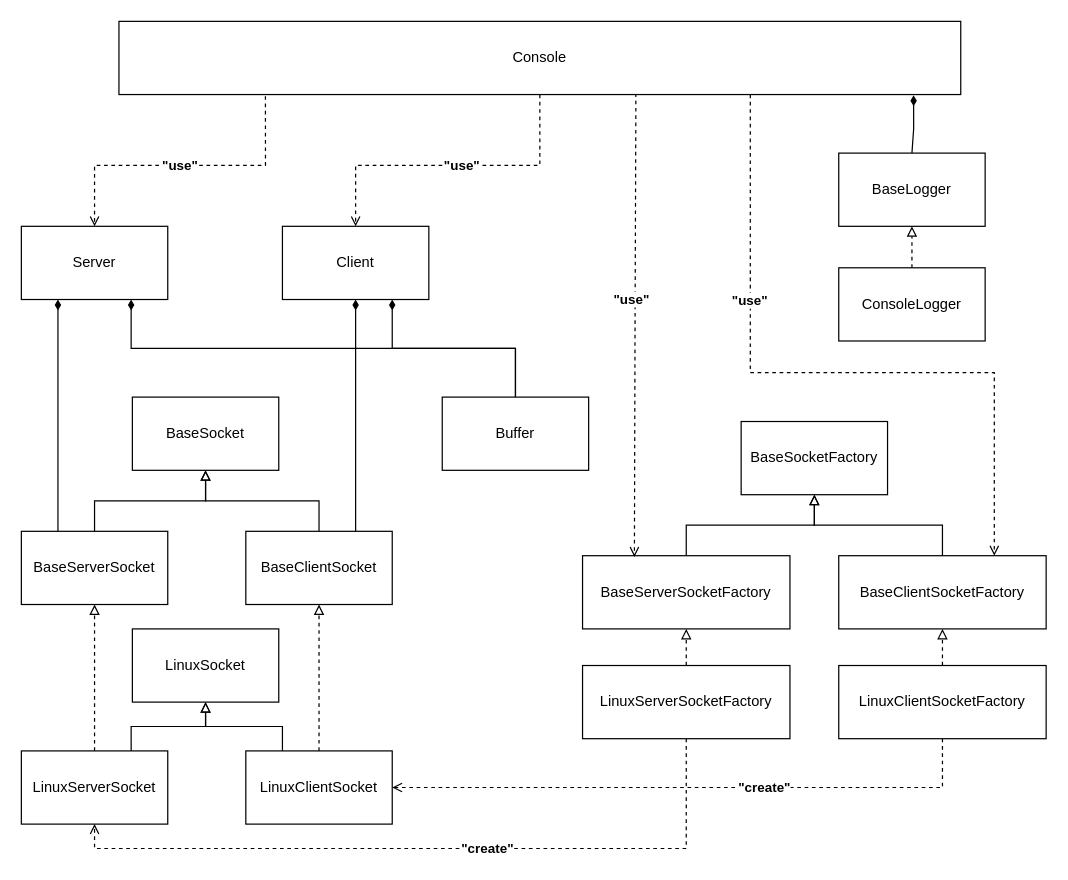
The draw.io diagram docs/diagram/UMLClassDiagram.drawio in alex8399/file-transfer, before the edit. Source tidied: cells renumbered, new cells numbered last; positions are measured from the earlier drawing's top-left corner, leaving out a move shared by most shapes. Both pictures are drawn from the tidied source at 122%, with x=0, y=0 at pixel (21, 21).
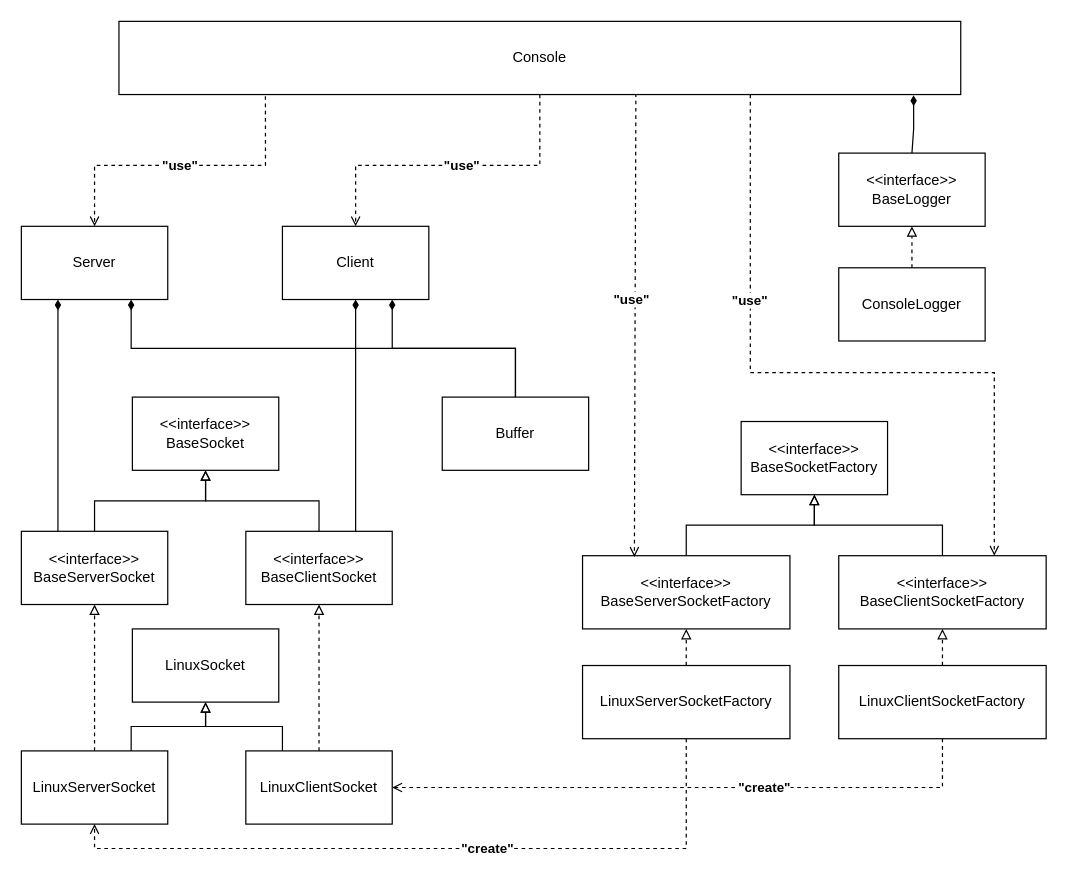
The same page after the edit.

Commit message (it also covers changes not shown here):
Updated UML diagram

Diff of the diagram source:
```diff
@@
-    <mxCell id="2" value="BaseSocket" style="rounded=0;whiteSpace=wrap;html=1;" parent="1" vertex="1">
+    <mxCell id="2" value="&lt;div&gt;&amp;lt;&amp;lt;interface&amp;gt;&amp;gt;&lt;/div&gt;BaseSocket" style="rounded=0;whiteSpace=wrap;html=1;" parent="1" vertex="1">
       <mxGeometry x="91" y="308" width="120" height="60" as="geometry" />
     </mxCell>
@@
-    <mxCell id="5" value="BaseServerSocket" style="rounded=0;whiteSpace=wrap;html=1;" parent="1" vertex="1">
+    <mxCell id="5" value="&lt;div&gt;&amp;lt;&amp;lt;interface&amp;gt;&amp;gt;&lt;br&gt;&lt;/div&gt;BaseServerSocket" style="rounded=0;whiteSpace=wrap;html=1;" parent="1" vertex="1">
       <mxGeometry y="418" width="120" height="60" as="geometry" />
     </mxCell>
@@
-    <mxCell id="7" value="BaseClientSocket" style="rounded=0;whiteSpace=wrap;html=1;" parent="1" vertex="1">
+    <mxCell id="7" value="&lt;div&gt;&amp;lt;&amp;lt;interface&amp;gt;&amp;gt;&lt;br&gt;&lt;/div&gt;BaseClientSocket" style="rounded=0;whiteSpace=wrap;html=1;" parent="1" vertex="1">
       <mxGeometry x="184" y="418" width="120" height="60" as="geometry" />
     </mxCell>
@@
-    <mxCell id="15" value="BaseSocketFactory" style="rounded=0;whiteSpace=wrap;html=1;" parent="1" vertex="1">
+    <mxCell id="15" value="&lt;div&gt;&amp;lt;&amp;lt;interface&amp;gt;&amp;gt;&lt;br&gt;&lt;/div&gt;BaseSocketFactory" style="rounded=0;whiteSpace=wrap;html=1;" parent="1" vertex="1">
       <mxGeometry x="590" y="328" width="120" height="60" as="geometry" />
     </mxCell>
@@
-    <mxCell id="17" value="BaseServerSocketFactory" style="rounded=0;whiteSpace=wrap;html=1;" parent="1" vertex="1">
+    <mxCell id="17" value="&lt;div&gt;&amp;lt;&amp;lt;interface&amp;gt;&amp;gt;&lt;br&gt;&lt;/div&gt;BaseServerSocketFactory" style="rounded=0;whiteSpace=wrap;html=1;" parent="1" vertex="1">
       <mxGeometry x="460" y="438" width="170" height="60" as="geometry" />
     </mxCell>
@@
-    <mxCell id="19" value="BaseClientSocketFactory" style="rounded=0;whiteSpace=wrap;html=1;" parent="1" vertex="1">
+    <mxCell id="19" value="&lt;div&gt;&amp;lt;&amp;lt;interface&amp;gt;&amp;gt;&lt;br&gt;&lt;/div&gt;BaseClientSocketFactory" style="rounded=0;whiteSpace=wrap;html=1;" parent="1" vertex="1">
       <mxGeometry x="670" y="438" width="170" height="60" as="geometry" />
     </mxCell>
@@
-    <mxCell id="28" value="BaseLogger" style="rounded=0;whiteSpace=wrap;html=1;" parent="1" vertex="1">
+    <mxCell id="28" value="&lt;div&gt;&amp;lt;&amp;lt;interface&amp;gt;&amp;gt;&lt;br&gt;&lt;/div&gt;BaseLogger" style="rounded=0;whiteSpace=wrap;html=1;" parent="1" vertex="1">
       <mxGeometry x="670" y="108" width="120" height="60" as="geometry" />
     </mxCell>
```
